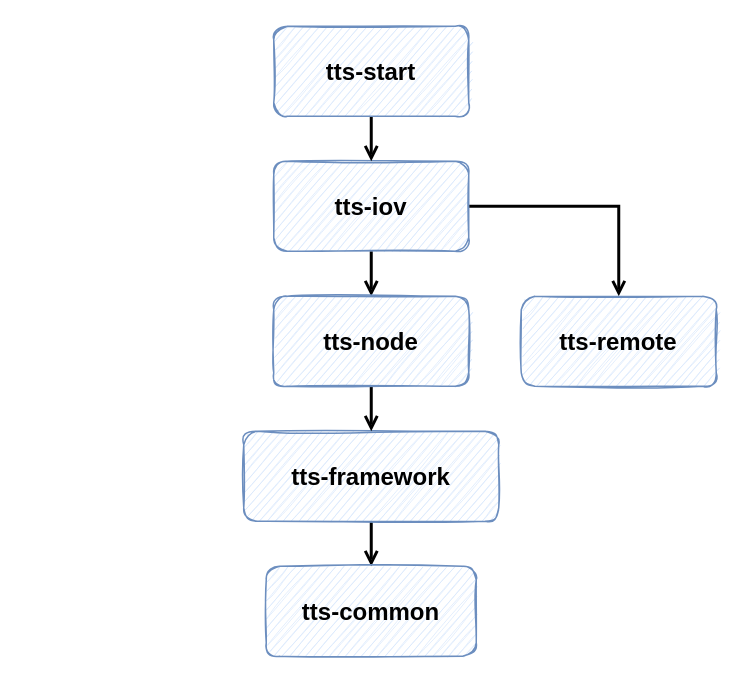
Earlier version of the draw.io diagram images/新tts依赖关系.drawio (FangYuan33/transportation-track-system). Source tidied: cells renumbered, new cells numbered last; positions are measured from the earlier drawing's top-left corner, leaving out a move shared by most shapes. Both pictures are drawn from the tidied source at 150%, with x=0, y=0 at pixel (243, 26).
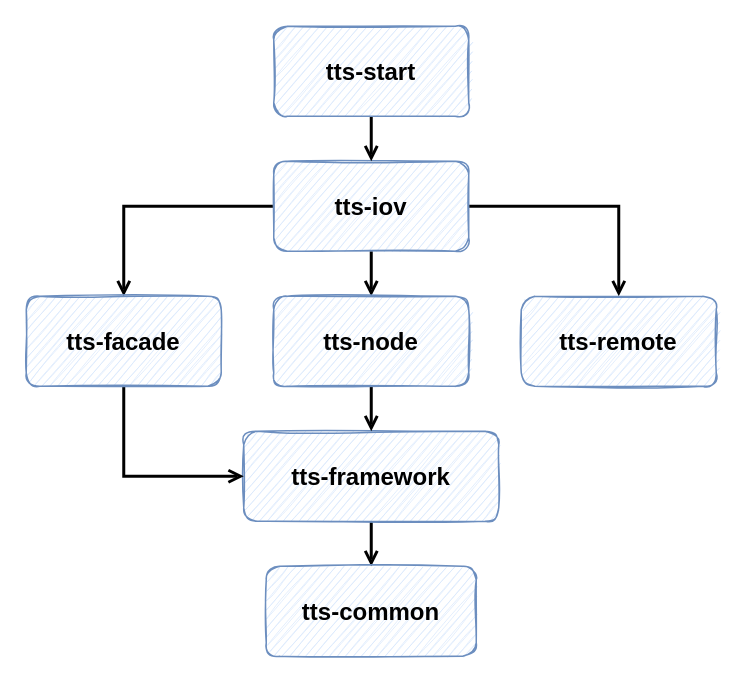
The same diagram, later.

Commit message (it also covers changes not shown here):
iov facade: readme

Diff of the diagram source:
```diff
@@
 <mxGraphModel>
   <root>
     <mxCell id="0" />
     <mxCell id="1" parent="0" />
     <mxCell id="2" style="edgeStyle=orthogonalEdgeStyle;rounded=0;jettySize=auto;html=1;strokeWidth=2;endArrow=open;endFill=0;" parent="1" edge="1" source="4" target="9">
       <mxGeometry relative="1" as="geometry" />
     </mxCell>
     <mxCell id="3" style="edgeStyle=orthogonalEdgeStyle;rounded=0;jettySize=auto;html=1;exitX=1;exitY=0.5;exitDx=0;exitDy=0;entryX=0.5;entryY=0;entryDx=0;entryDy=0;strokeWidth=2;endArrow=open;endFill=0;" parent="1" edge="1" source="4" target="12">
       <mxGeometry relative="1" as="geometry" />
     </mxCell>
+    <mxCell id="13" style="edgeStyle=orthogonalEdgeStyle;rounded=0;jettySize=auto;html=1;exitX=0;exitY=0.5;exitDx=0;exitDy=0;endArrow=open;endFill=0;strokeWidth=2;" parent="1" edge="1" source="4" target="15">
+      <mxGeometry relative="1" as="geometry" />
+    </mxCell>
     <mxCell id="4" value="&lt;font style=&quot;font-size: 16px;&quot;&gt;&lt;b&gt;tts-iov&lt;/b&gt;&lt;/font&gt;" style="rounded=1;whiteSpace=wrap;html=1;sketch=1;fillColor=#dae8fc;strokeColor=#6c8ebf;" parent="1" vertex="1">
       <mxGeometry x="20" y="90" width="130" height="60" as="geometry" />
     </mxCell>
     <mxCell id="5" style="edgeStyle=orthogonalEdgeStyle;rounded=0;jettySize=auto;html=1;endArrow=open;endFill=0;strokeWidth=2;" parent="1" edge="1" source="6" target="7">
       <mxGeometry relative="1" as="geometry" />
     </mxCell>
     <mxCell id="6" value="&lt;font style=&quot;font-size: 16px;&quot;&gt;&lt;b&gt;tts-framework&lt;/b&gt;&lt;/font&gt;" style="rounded=1;whiteSpace=wrap;html=1;sketch=1;fillColor=#dae8fc;strokeColor=#6c8ebf;" parent="1" vertex="1">
       <mxGeometry y="270" width="170" height="60" as="geometry" />
     </mxCell>
     <mxCell id="7" value="&lt;font style=&quot;font-size: 16px;&quot;&gt;&lt;b&gt;tts-common&lt;/b&gt;&lt;/font&gt;" style="rounded=1;whiteSpace=wrap;html=1;sketch=1;fillColor=#dae8fc;strokeColor=#6c8ebf;" parent="1" vertex="1">
       <mxGeometry x="15" y="360" width="140" height="60" as="geometry" />
     </mxCell>
     <mxCell id="8" style="edgeStyle=orthogonalEdgeStyle;rounded=0;jettySize=auto;html=1;strokeWidth=2;endArrow=open;endFill=0;" parent="1" edge="1" source="9" target="6">
       <mxGeometry relative="1" as="geometry" />
     </mxCell>
     <mxCell id="9" value="&lt;font style=&quot;font-size: 16px;&quot;&gt;&lt;b&gt;tts-node&lt;/b&gt;&lt;/font&gt;" style="rounded=1;whiteSpace=wrap;html=1;sketch=1;fillColor=#dae8fc;strokeColor=#6c8ebf;" parent="1" vertex="1">
       <mxGeometry x="20" y="180" width="130" height="60" as="geometry" />
     </mxCell>
     <mxCell id="10" style="edgeStyle=orthogonalEdgeStyle;rounded=0;jettySize=auto;html=1;exitX=0.5;exitY=1;exitDx=0;exitDy=0;entryX=0.5;entryY=0;entryDx=0;entryDy=0;strokeWidth=2;endArrow=open;endFill=0;" parent="1" edge="1" source="11" target="4">
       <mxGeometry relative="1" as="geometry" />
     </mxCell>
     <mxCell id="11" value="&lt;font style=&quot;font-size: 16px;&quot;&gt;&lt;b&gt;tts-start&lt;/b&gt;&lt;/font&gt;" style="rounded=1;whiteSpace=wrap;html=1;sketch=1;fillColor=#dae8fc;strokeColor=#6c8ebf;" parent="1" vertex="1">
       <mxGeometry x="20" width="130" height="60" as="geometry" />
     </mxCell>
     <mxCell id="12" value="&lt;font style=&quot;font-size: 16px;&quot;&gt;&lt;b&gt;tts-remote&lt;/b&gt;&lt;/font&gt;" style="rounded=1;whiteSpace=wrap;html=1;sketch=1;fillColor=#dae8fc;strokeColor=#6c8ebf;" parent="1" vertex="1">
       <mxGeometry x="185" y="180" width="130" height="60" as="geometry" />
     </mxCell>
+    <mxCell id="14" style="edgeStyle=orthogonalEdgeStyle;rounded=0;jettySize=auto;html=1;exitX=0.5;exitY=1;exitDx=0;exitDy=0;entryX=0;entryY=0.5;entryDx=0;entryDy=0;strokeWidth=2;endArrow=open;endFill=0;" parent="1" edge="1" source="15" target="6">
+      <mxGeometry relative="1" as="geometry" />
+    </mxCell>
+    <mxCell id="15" value="&lt;font style=&quot;font-size: 16px;&quot;&gt;&lt;b&gt;tts-facade&lt;/b&gt;&lt;/font&gt;" style="rounded=1;whiteSpace=wrap;html=1;sketch=1;fillColor=#dae8fc;strokeColor=#6c8ebf;" parent="1" vertex="1">
+      <mxGeometry x="-145" y="180" width="130" height="60" as="geometry" />
+    </mxCell>
   </root>
 </mxGraphModel>
```
